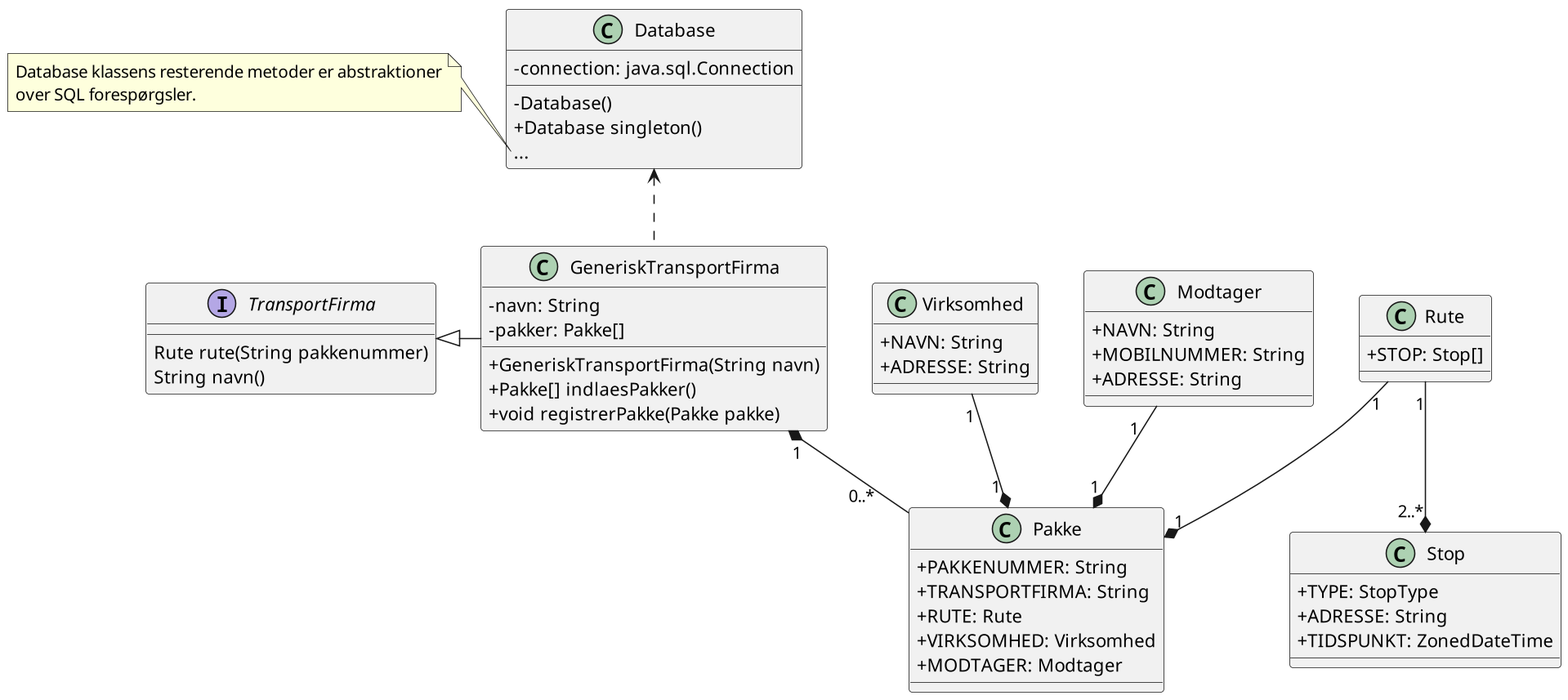
The PlantUML diagram diagram/class-diagram.png in sofush/trace, before a commit.
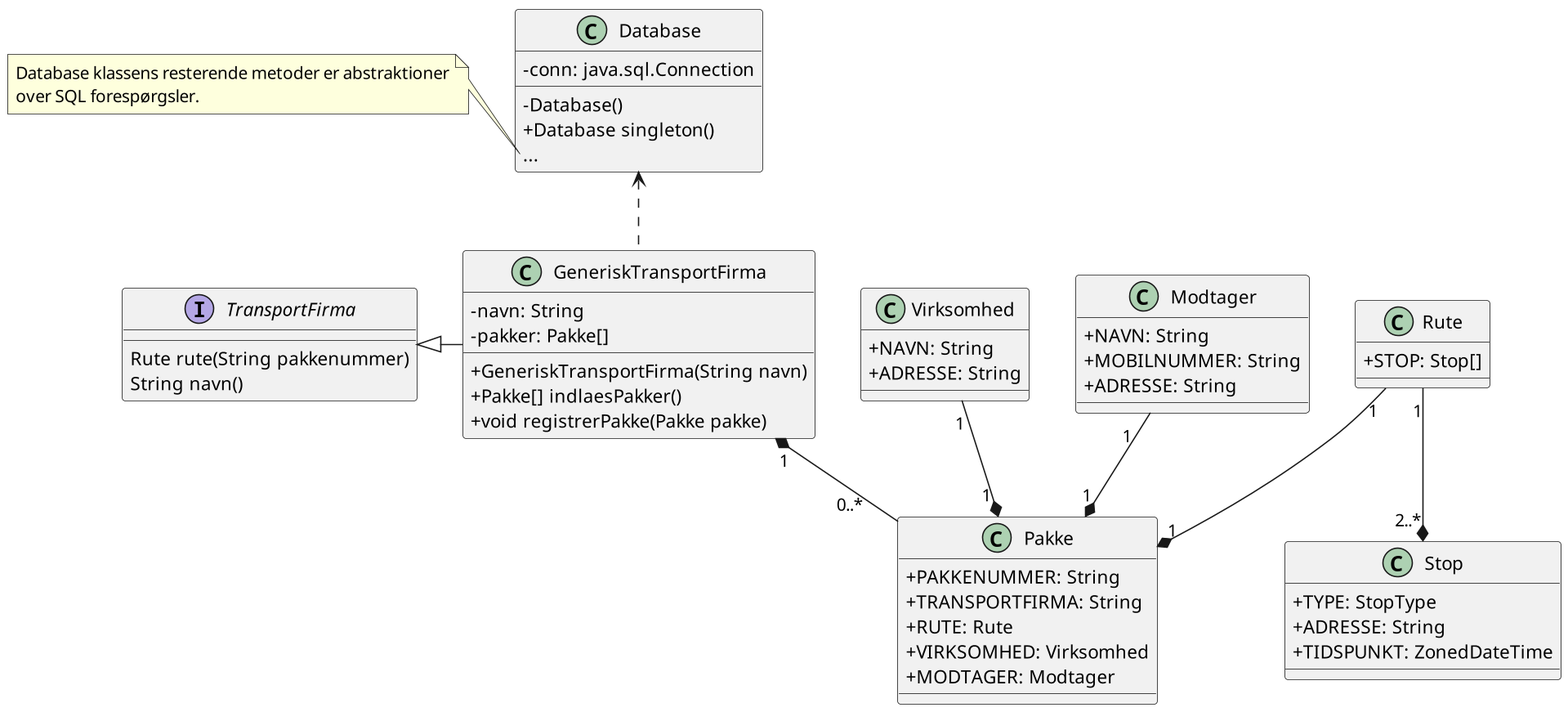
The same file after the commit.

Commit message:
fix: omdøb `connection` medlemsvariablen

The edit, as a diff of the source:
```diff
@@ -35,7 +35,7 @@
 Virksomhed "1" --* "1 " Pakke
 Modtager "1   " --* "1" Pakke
 class Database {
-	{field} - connection: java.sql.Connection
+	{field} - conn: java.sql.Connection
 	- Database()
 	+ Database singleton()
 	{method} ...
```
